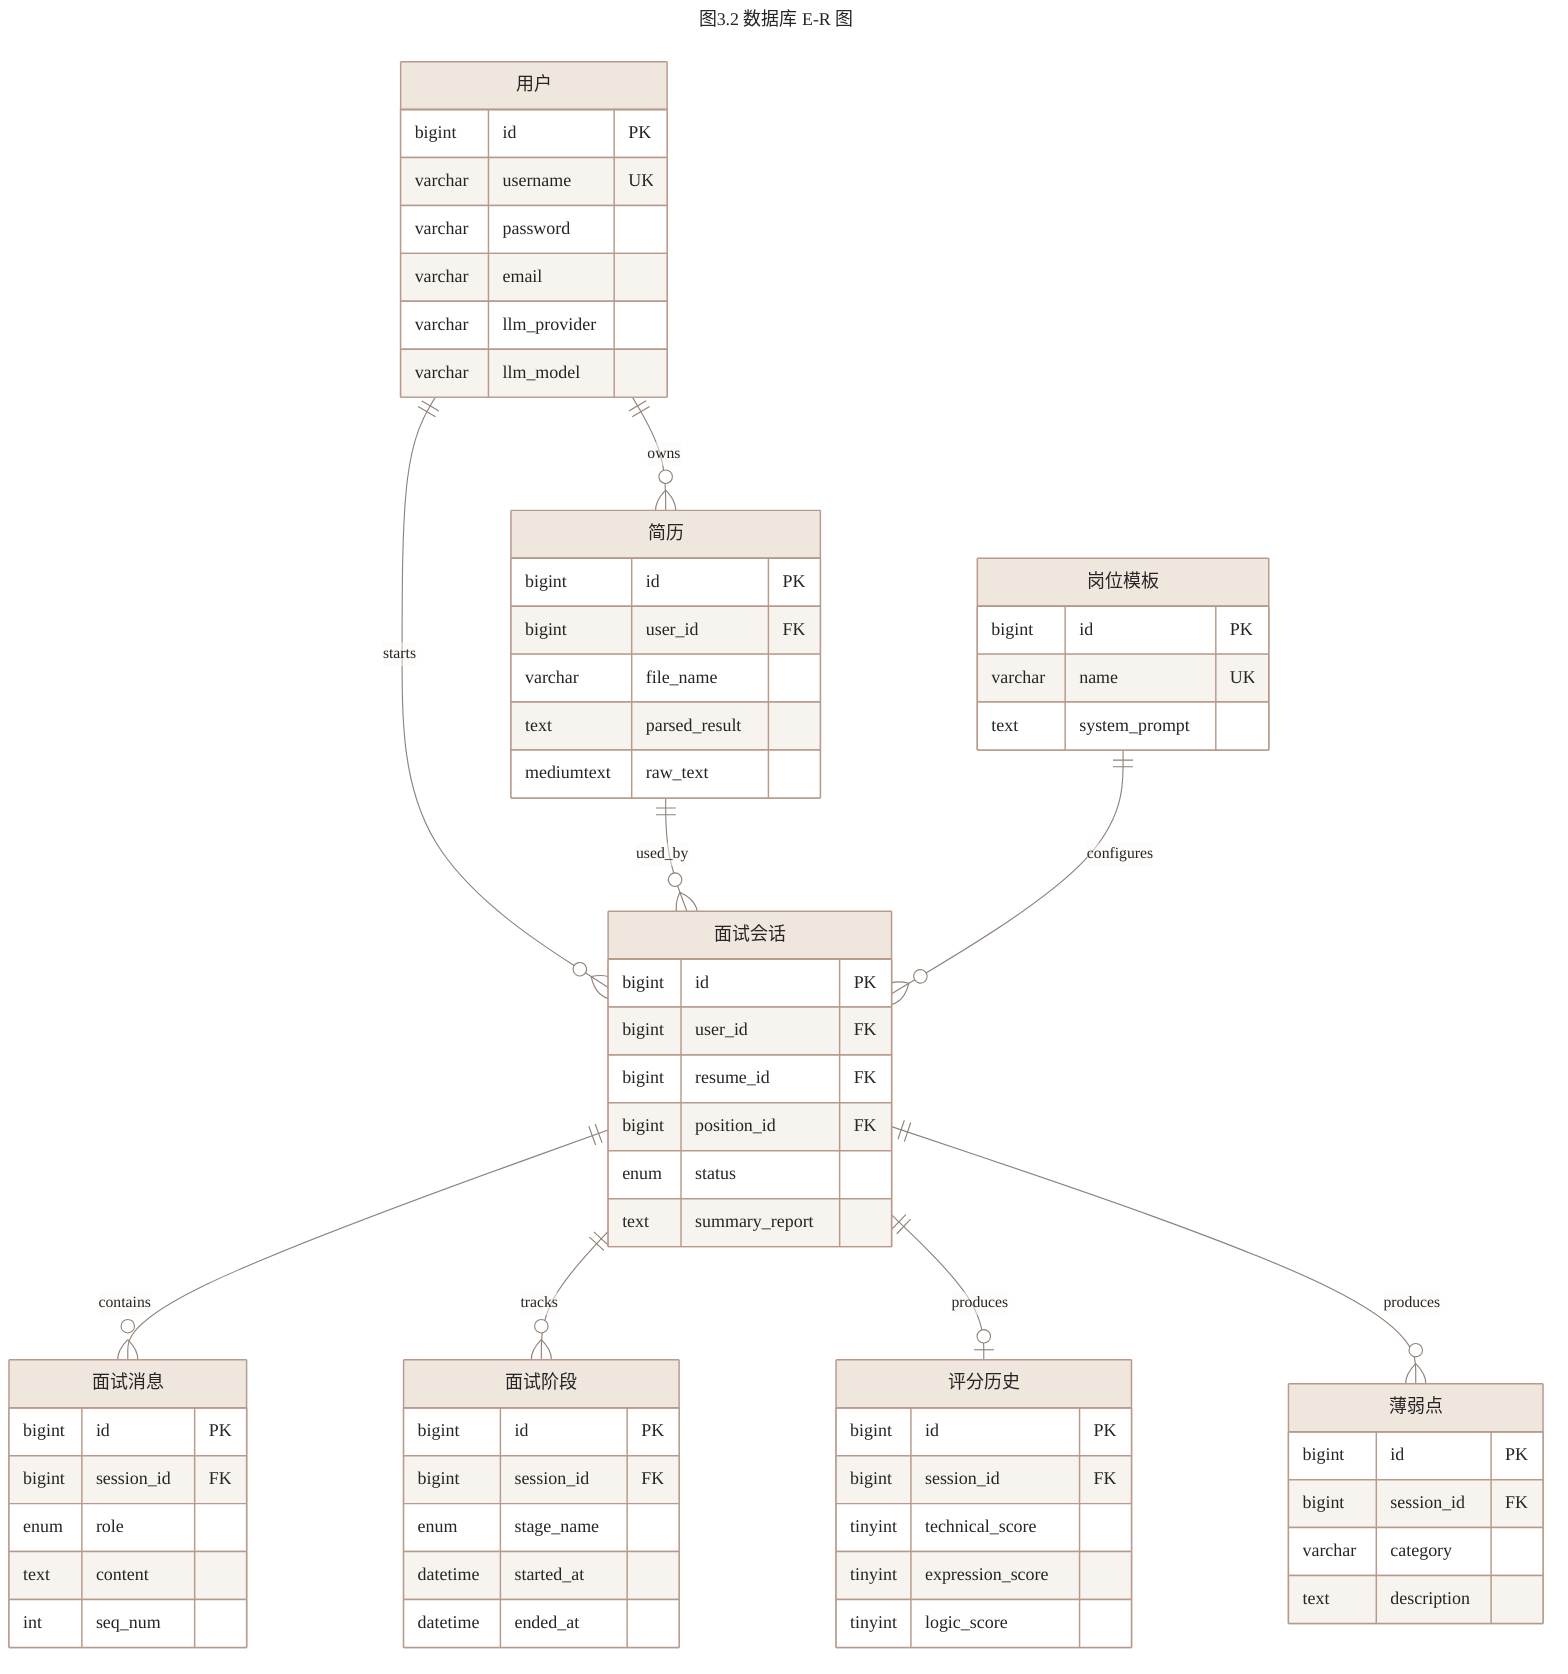
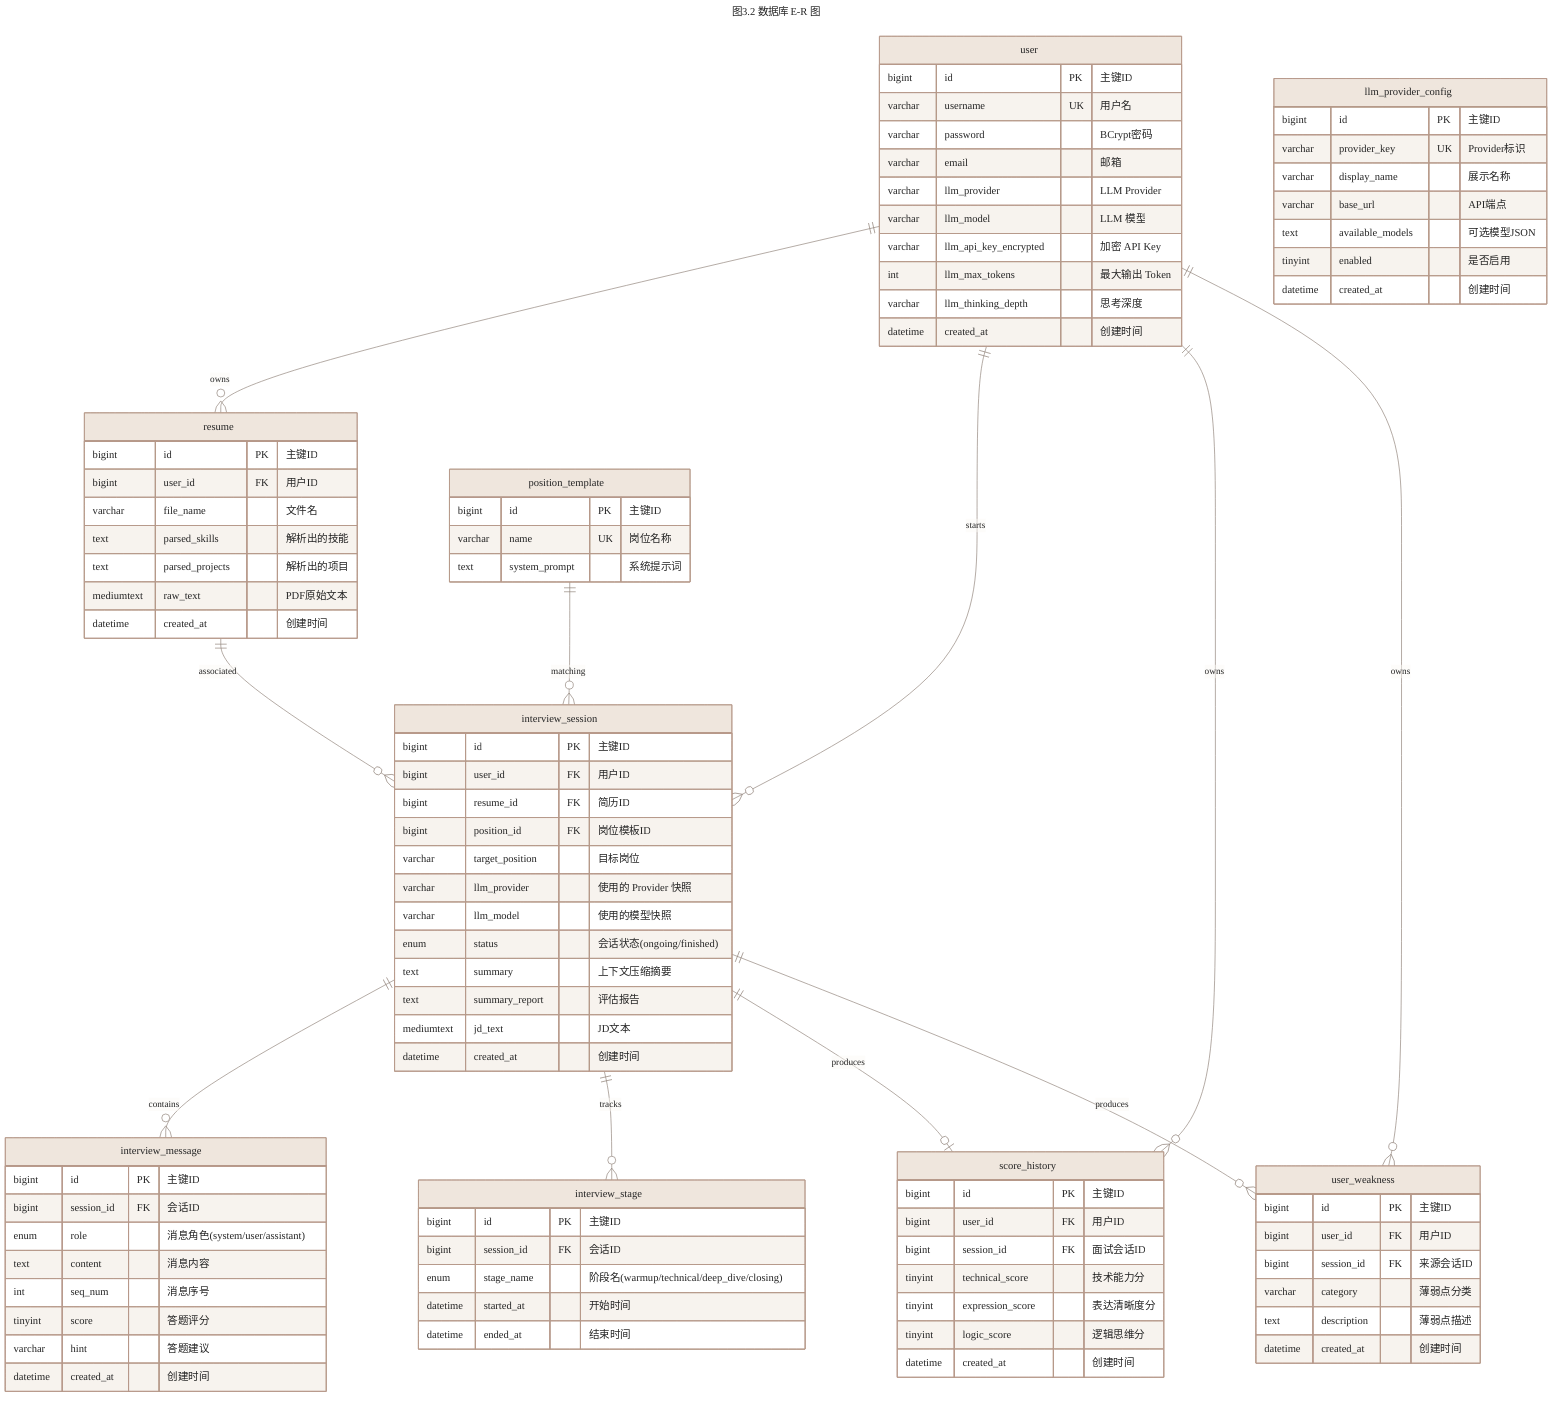
---
title: 图3.2 数据库 E-R 图
config:
  theme: base
  themeVariables:
    background: "#FAF8F2"
    primaryColor: "#EFE6DD"
    primaryBorderColor: "#B79A8B"
    primaryTextColor: "#252525"
    lineColor: "#8F8178"
    secondaryColor: "#F6F0E8"
    tertiaryColor: "#FBFAF6"
    fontFamily: "Microsoft YaHei, SimHei, Arial, sans-serif"
    fontSize: "16px"
---
erDiagram
-   direction TB
-   用户 ||--o{ 简历 : owns
-   用户 ||--o{ 面试会话 : starts
-   简历 ||--o{ 面试会话 : used_by
-   岗位模板 ||--o{ 面试会话 : configures
-   面试会话 ||--o{ 面试消息 : contains
-   面试会话 ||--o{ 面试阶段 : tracks
-   面试会话 ||--o| 评分历史 : produces
-   面试会话 ||--o{ 薄弱点 : produces
+   user ||--o{ resume : owns
+   user ||--o{ interview_session : starts
+   user ||--o{ score_history : owns
+   user ||--o{ user_weakness : owns
+   resume ||--o{ interview_session : associated
+   position_template ||--o{ interview_session : matching
+   interview_session ||--o{ interview_message : contains
+   interview_session ||--o{ interview_stage : tracks
+   interview_session ||--o| score_history : produces
+   interview_session ||--o{ user_weakness : produces

-   用户 {
-     bigint id PK
-     varchar username UK
-     varchar password
-     varchar email
-     varchar llm_provider
-     varchar llm_model
+   user {
+     bigint id PK "主键ID"
+     varchar username UK "用户名"
+     varchar password "BCrypt密码"
+     varchar email "邮箱"
+     varchar llm_provider "LLM Provider"
+     varchar llm_model "LLM 模型"
+     varchar llm_api_key_encrypted "加密 API Key"
+     int llm_max_tokens "最大输出 Token"
+     varchar llm_thinking_depth "思考深度"
+     datetime created_at "创建时间"
  }

-   简历 {
-     bigint id PK
-     bigint user_id FK
-     varchar file_name
-     text parsed_result
-     mediumtext raw_text
+   resume {
+     bigint id PK "主键ID"
+     bigint user_id FK "用户ID"
+     varchar file_name "文件名"
+     text parsed_skills "解析出的技能"
+     text parsed_projects "解析出的项目"
+     mediumtext raw_text "PDF原始文本"
+     datetime created_at "创建时间"
  }

-   岗位模板 {
-     bigint id PK
-     varchar name UK
-     text system_prompt
+   position_template {
+     bigint id PK "主键ID"
+     varchar name UK "岗位名称"
+     text system_prompt "系统提示词"
  }

-   面试会话 {
-     bigint id PK
-     bigint user_id FK
-     bigint resume_id FK
-     bigint position_id FK
-     enum status
-     text summary_report
+   interview_session {
+     bigint id PK "主键ID"
+     bigint user_id FK "用户ID"
+     bigint resume_id FK "简历ID"
+     bigint position_id FK "岗位模板ID"
+     varchar target_position "目标岗位"
+     varchar llm_provider "使用的 Provider 快照"
+     varchar llm_model "使用的模型快照"
+     enum status "会话状态(ongoing/finished)"
+     text summary "上下文压缩摘要"
+     text summary_report "评估报告"
+     mediumtext jd_text "JD文本"
+     datetime created_at "创建时间"
  }

-   面试消息 {
-     bigint id PK
-     bigint session_id FK
-     enum role
-     text content
-     int seq_num
+   interview_message {
+     bigint id PK "主键ID"
+     bigint session_id FK "会话ID"
+     enum role "消息角色(system/user/assistant)"
+     text content "消息内容"
+     int seq_num "消息序号"
+     tinyint score "答题评分"
+     varchar hint "答题建议"
+     datetime created_at "创建时间"
  }

-   面试阶段 {
-     bigint id PK
-     bigint session_id FK
-     enum stage_name
-     datetime started_at
-     datetime ended_at
+   interview_stage {
+     bigint id PK "主键ID"
+     bigint session_id FK "会话ID"
+     enum stage_name "阶段名(warmup/technical/deep_dive/closing)"
+     datetime started_at "开始时间"
+     datetime ended_at "结束时间"
  }

-   评分历史 {
-     bigint id PK
-     bigint session_id FK
-     tinyint technical_score
-     tinyint expression_score
-     tinyint logic_score
+   score_history {
+     bigint id PK "主键ID"
+     bigint user_id FK "用户ID"
+     bigint session_id FK "面试会话ID"
+     tinyint technical_score "技术能力分"
+     tinyint expression_score "表达清晰度分"
+     tinyint logic_score "逻辑思维分"
+     datetime created_at "创建时间"
  }

-   薄弱点 {
-     bigint id PK
-     bigint session_id FK
-     varchar category
-     text description
+   user_weakness {
+     bigint id PK "主键ID"
+     bigint user_id FK "用户ID"
+     bigint session_id FK "来源会话ID"
+     varchar category "薄弱点分类"
+     text description "薄弱点描述"
+     datetime created_at "创建时间"
  }
+ 
+   llm_provider_config {
+     bigint id PK "主键ID"
+     varchar provider_key UK "Provider标识"
+     varchar display_name "展示名称"
+     varchar base_url "API端点"
+     text available_models "可选模型JSON"
+     tinyint enabled "是否启用"
+     datetime created_at "创建时间"
+   }
